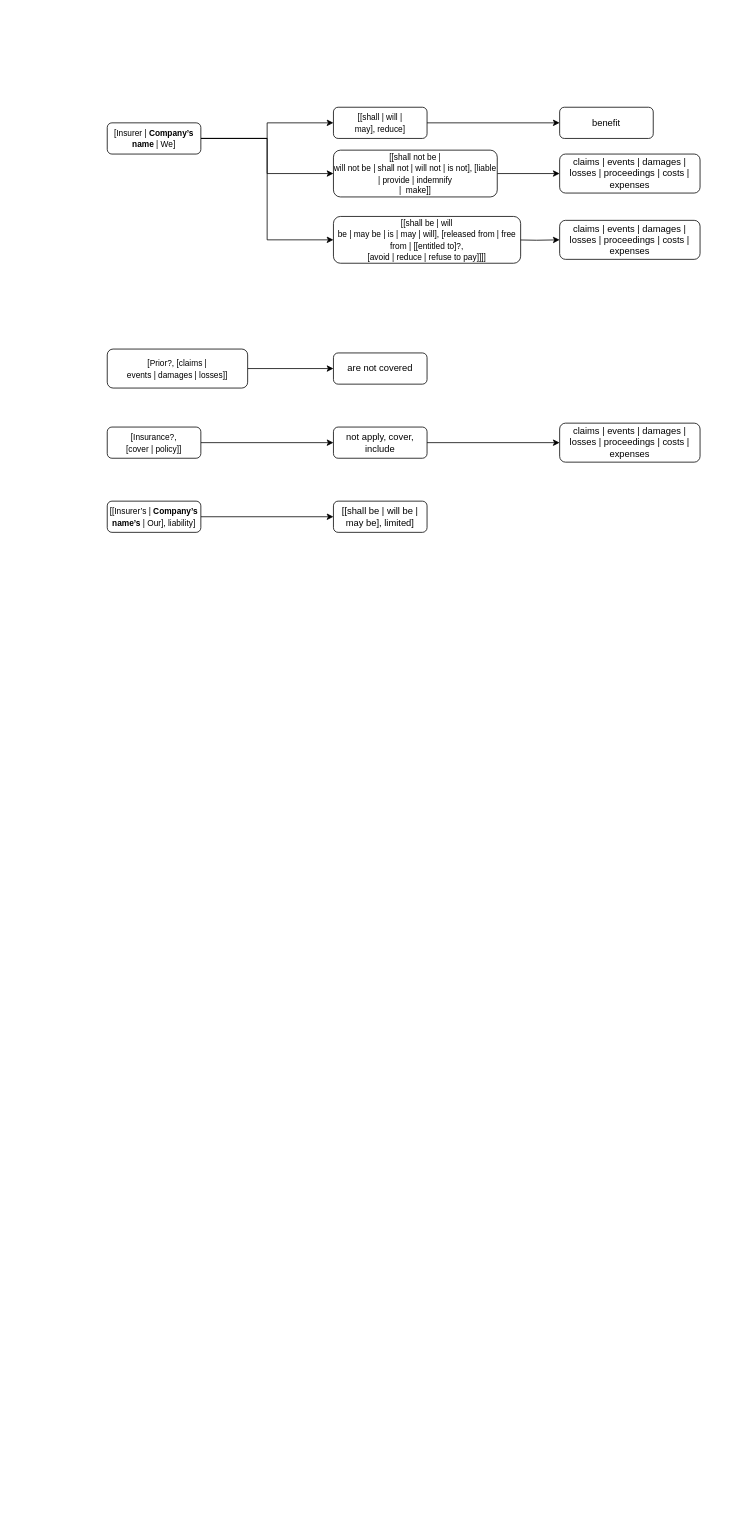
Earlier version of the draw.io diagram ltd.drawio (c0pper/scudo_tos_samples_to_platform_annotations). Source tidied: cells renumbered, new cells numbered last; positions are measured from the earlier drawing's top-left corner, leaving out a move shared by most shapes. Both pictures are drawn from the tidied source at 78%, with x=0, y=0 at pixel (107, 107).
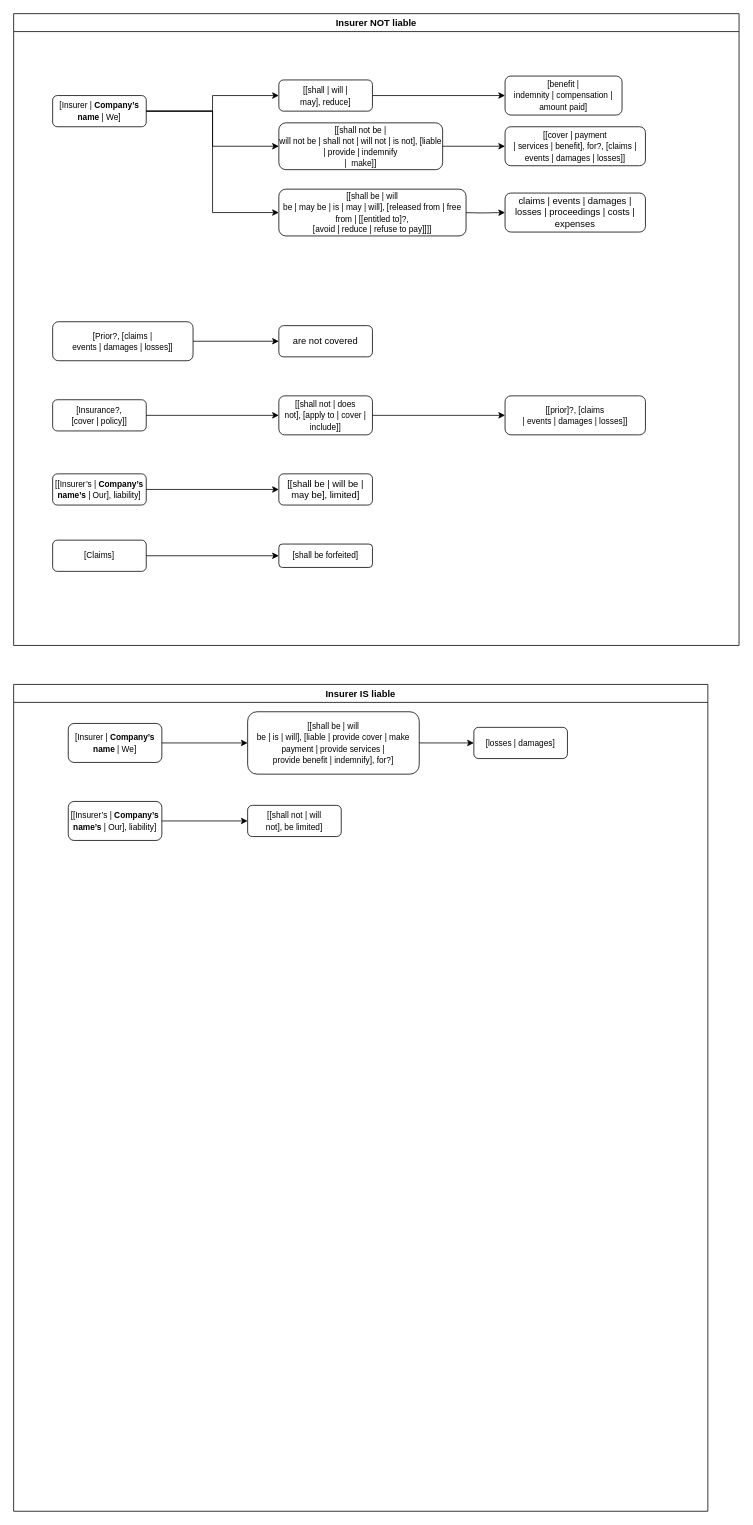
The same page after the edit.

What changed in the source:
```diff
@@
-    <mxCell id="2" style="edgeStyle=orthogonalEdgeStyle;rounded=0;jettySize=auto;html=1;entryX=0;entryY=0.5;entryDx=0;entryDy=0;elbow=vertical;" parent="1" edge="1" source="5" target="24">
-      <mxGeometry relative="1" as="geometry" />
-    </mxCell>
-    <mxCell id="3" style="edgeStyle=orthogonalEdgeStyle;rounded=0;jettySize=auto;html=1;entryX=0;entryY=0.5;entryDx=0;entryDy=0;elbow=vertical;" parent="1" edge="1" source="5" target="23">
-      <mxGeometry relative="1" as="geometry" />
-    </mxCell>
-    <mxCell id="4" style="edgeStyle=orthogonalEdgeStyle;rounded=0;jettySize=auto;html=1;elbow=vertical;" parent="1" edge="1" source="5" target="25">
-      <mxGeometry relative="1" as="geometry" />
-    </mxCell>
+    <mxCell id="26" value="Insurer NOT liable" style="swimlane;whiteSpace=wrap;html=1;rounded=0;shadow=0;sketch=0;" parent="1" vertex="1">
+      <mxGeometry x="-120" y="-120" width="930" height="810" as="geometry" />
+    </mxCell>
-    <mxCell id="5" value="&lt;p class=&quot;MsoNormal&quot;&gt;&lt;span style=&quot;font-size: 8pt;&quot;&gt;[Insurer | &lt;b&gt;Company’s name &lt;/b&gt;| We]&lt;/span&gt;&lt;/p&gt;" style="rounded=1;whiteSpace=wrap;html=1;fontSize=12;glass=0;strokeWidth=1;shadow=0;" parent="1" vertex="1">
-      <mxGeometry y="20" width="120" height="40" as="geometry" />
+    <mxCell id="5" value="&lt;p class=&quot;MsoNormal&quot;&gt;&lt;span style=&quot;font-size: 8pt;&quot;&gt;[Insurer | &lt;b&gt;Company’s name &lt;/b&gt;| We]&lt;/span&gt;&lt;/p&gt;" style="rounded=1;whiteSpace=wrap;html=1;fontSize=12;glass=0;strokeWidth=1;shadow=0;" parent="26" vertex="1">
+      <mxGeometry x="50" y="105" width="120" height="40" as="geometry" />
     </mxCell>
-    <mxCell id="6" value="benefit" style="rounded=1;whiteSpace=wrap;html=1;fontSize=12;glass=0;strokeWidth=1;shadow=0;" parent="1" vertex="1">
-      <mxGeometry x="580" width="120" height="40" as="geometry" />
+    <mxCell id="6" value="&lt;p class=&quot;MsoNormal&quot;&gt;&lt;span style=&quot;font-size: 8pt;&quot;&gt;[benefit |&lt;br/&gt;indemnity | compensation | amount paid]&lt;/span&gt;&lt;/p&gt;" style="rounded=1;whiteSpace=wrap;html=1;fontSize=12;glass=0;strokeWidth=1;shadow=0;" parent="26" vertex="1">
+      <mxGeometry x="630" y="80" width="150" height="50" as="geometry" />
     </mxCell>
-    <mxCell id="7" style="edgeStyle=orthogonalEdgeStyle;rounded=0;jettySize=auto;html=1;entryX=0;entryY=0.5;entryDx=0;entryDy=0;exitX=1;exitY=0.5;exitDx=0;exitDy=0;" parent="1" edge="1" source="25" target="6">
+    <mxCell id="7" style="edgeStyle=orthogonalEdgeStyle;rounded=0;jettySize=auto;html=1;entryX=0;entryY=0.5;entryDx=0;entryDy=0;exitX=1;exitY=0.5;exitDx=0;exitDy=0;" parent="26" edge="1" source="25" target="6">
       <mxGeometry relative="1" as="geometry" />
     </mxCell>
-    <mxCell id="8" style="edgeStyle=orthogonalEdgeStyle;rounded=0;jettySize=auto;html=1;entryX=0;entryY=0.5;entryDx=0;entryDy=0;exitX=1;exitY=0.5;exitDx=0;exitDy=0;" parent="1" edge="1" source="23" target="20">
-      <mxGeometry relative="1" as="geometry" />
-    </mxCell>
-    <mxCell id="9" style="edgeStyle=orthogonalEdgeStyle;rounded=0;jettySize=auto;html=1;entryX=0;entryY=0.5;entryDx=0;entryDy=0;" parent="1" edge="1" target="21">
+    <mxCell id="9" style="edgeStyle=orthogonalEdgeStyle;rounded=0;jettySize=auto;html=1;entryX=0;entryY=0.5;entryDx=0;entryDy=0;" parent="26" edge="1" target="21">
       <mxGeometry relative="1" as="geometry">
-        <mxPoint x="520" y="170" as="sourcePoint" />
+        <mxPoint x="570" y="255" as="sourcePoint" />
       </mxGeometry>
     </mxCell>
-    <mxCell id="10" style="edgeStyle=orthogonalEdgeStyle;rounded=0;jettySize=auto;html=1;entryX=0;entryY=0.5;entryDx=0;entryDy=0;exitX=1;exitY=0.5;exitDx=0;exitDy=0;" parent="1" edge="1" source="22" target="11">
-      <mxGeometry relative="1" as="geometry" />
-    </mxCell>
-    <mxCell id="11" value="are not covered" style="rounded=1;whiteSpace=wrap;html=1;fontSize=12;glass=0;strokeWidth=1;shadow=0;" parent="1" vertex="1">
-      <mxGeometry x="290" y="315" width="120" height="40" as="geometry" />
+    <mxCell id="11" value="are not covered" style="rounded=1;whiteSpace=wrap;html=1;fontSize=12;glass=0;strokeWidth=1;shadow=0;" parent="26" vertex="1">
+      <mxGeometry x="340" y="400" width="120" height="40" as="geometry" />
     </mxCell>
+    <mxCell id="13" value="&lt;p class=&quot;MsoNormal&quot;&gt;&lt;span style=&quot;font-size: 8pt;&quot;&gt;[Insurance?,&lt;br/&gt;[cover | policy]]&lt;/span&gt;&lt;/p&gt;" style="rounded=1;whiteSpace=wrap;html=1;fontSize=12;glass=0;strokeWidth=1;shadow=0;" parent="26" vertex="1">
+      <mxGeometry x="50" y="495" width="120" height="40" as="geometry" />
+    </mxCell>
+    <mxCell id="15" value="&lt;p class=&quot;MsoNormal&quot;&gt;&lt;span style=&quot;font-size: 8pt;&quot;&gt;[[shall not | does&lt;br/&gt;not], [apply to | cover | include]]&lt;/span&gt;&lt;/p&gt;" style="rounded=1;whiteSpace=wrap;html=1;fontSize=12;glass=0;strokeWidth=1;shadow=0;" parent="26" vertex="1">
+      <mxGeometry x="340" y="490" width="120" height="50" as="geometry" />
+    </mxCell>
-    <mxCell id="12" style="edgeStyle=orthogonalEdgeStyle;rounded=0;jettySize=auto;html=1;entryX=0;entryY=0.5;entryDx=0;entryDy=0;" parent="1" edge="1" source="13" target="15">
+    <mxCell id="12" style="edgeStyle=orthogonalEdgeStyle;rounded=0;jettySize=auto;html=1;entryX=0;entryY=0.5;entryDx=0;entryDy=0;" parent="26" edge="1" source="13" target="15">
       <mxGeometry relative="1" as="geometry" />
     </mxCell>
-    <mxCell id="13" value="&lt;p class=&quot;MsoNormal&quot;&gt;&lt;span style=&quot;font-size: 8pt;&quot;&gt;[Insurance?,&lt;br/&gt;[cover | policy]]&lt;/span&gt;&lt;/p&gt;" style="rounded=1;whiteSpace=wrap;html=1;fontSize=12;glass=0;strokeWidth=1;shadow=0;" parent="1" vertex="1">
-      <mxGeometry y="410" width="120" height="40" as="geometry" />
-    </mxCell>
+    <mxCell id="16" value="&lt;p class=&quot;MsoNormal&quot;&gt;&lt;span style=&quot;font-size: 8pt;&quot;&gt;[[prior]?, [claims&lt;br/&gt;| events | damages | losses]]&lt;/span&gt;&lt;/p&gt;" style="rounded=1;whiteSpace=wrap;html=1;fontSize=12;glass=0;strokeWidth=1;shadow=0;" parent="26" vertex="1">
+      <mxGeometry x="630" y="490" width="180" height="50" as="geometry" />
+    </mxCell>
-    <mxCell id="14" style="edgeStyle=orthogonalEdgeStyle;rounded=0;jettySize=auto;html=1;" parent="1" edge="1" source="15" target="16">
+    <mxCell id="14" style="edgeStyle=orthogonalEdgeStyle;rounded=0;jettySize=auto;html=1;" parent="26" edge="1" source="15" target="16">
       <mxGeometry relative="1" as="geometry" />
     </mxCell>
-    <mxCell id="15" value="not apply, cover, include" style="rounded=1;whiteSpace=wrap;html=1;fontSize=12;glass=0;strokeWidth=1;shadow=0;" parent="1" vertex="1">
-      <mxGeometry x="290" y="410" width="120" height="40" as="geometry" />
-    </mxCell>
-    <mxCell id="16" value="claims | events | damages | losses | proceedings | costs | expenses" style="rounded=1;whiteSpace=wrap;html=1;fontSize=12;glass=0;strokeWidth=1;shadow=0;" parent="1" vertex="1">
-      <mxGeometry x="580" y="405" width="180" height="50" as="geometry" />
-    </mxCell>
-    <mxCell id="17" style="edgeStyle=orthogonalEdgeStyle;rounded=0;jettySize=auto;html=1;entryX=0;entryY=0.5;entryDx=0;entryDy=0;elbow=vertical;" parent="1" edge="1" source="18" target="19">
-      <mxGeometry relative="1" as="geometry" />
-    </mxCell>
-    <mxCell id="18" value="&lt;p class=&quot;MsoNormal&quot;&gt;&lt;span style=&quot;font-size: 8pt;&quot;&gt;[[Insurer’s | &lt;b&gt;Company’s name’s &lt;/b&gt;| Our], liability]&lt;/span&gt;&lt;/p&gt;" style="rounded=1;whiteSpace=wrap;html=1;fontSize=12;glass=0;strokeWidth=1;shadow=0;" parent="1" vertex="1">
-      <mxGeometry y="505" width="120" height="40" as="geometry" />
+    <mxCell id="18" value="&lt;p class=&quot;MsoNormal&quot;&gt;&lt;span style=&quot;font-size: 8pt;&quot;&gt;[[Insurer’s | &lt;b&gt;Company’s name’s &lt;/b&gt;| Our], liability]&lt;/span&gt;&lt;/p&gt;" style="rounded=1;whiteSpace=wrap;html=1;fontSize=12;glass=0;strokeWidth=1;shadow=0;" parent="26" vertex="1">
+      <mxGeometry x="50" y="590" width="120" height="40" as="geometry" />
     </mxCell>
-    <mxCell id="19" value="[[shall be | will be | may be], limited]" style="rounded=1;whiteSpace=wrap;html=1;fontSize=12;glass=0;strokeWidth=1;shadow=0;" parent="1" vertex="1">
-      <mxGeometry x="290" y="505" width="120" height="40" as="geometry" />
+    <mxCell id="19" value="[[shall be | will be | may be], limited]" style="rounded=1;whiteSpace=wrap;html=1;fontSize=12;glass=0;strokeWidth=1;shadow=0;" parent="26" vertex="1">
+      <mxGeometry x="340" y="590" width="120" height="40" as="geometry" />
     </mxCell>
+    <mxCell id="17" style="edgeStyle=orthogonalEdgeStyle;rounded=0;jettySize=auto;html=1;entryX=0;entryY=0.5;entryDx=0;entryDy=0;elbow=vertical;" parent="26" edge="1" source="18" target="19">
+      <mxGeometry relative="1" as="geometry" />
+    </mxCell>
-    <mxCell id="20" value="claims | events | damages | losses | proceedings | costs | expenses" style="rounded=1;whiteSpace=wrap;html=1;fontSize=12;glass=0;strokeWidth=1;shadow=0;" parent="1" vertex="1">
-      <mxGeometry x="580" y="60" width="180" height="50" as="geometry" />
+    <mxCell id="20" value="&lt;p class=&quot;MsoNormal&quot;&gt;&lt;span style=&quot;font-size: 8pt;&quot;&gt;[[cover | payment&lt;br/&gt;| services | benefit], for?, [claims | events | damages | losses]]&lt;/span&gt;&lt;/p&gt;" style="rounded=1;whiteSpace=wrap;html=1;fontSize=12;glass=0;strokeWidth=1;shadow=0;" parent="26" vertex="1">
+      <mxGeometry x="630" y="145" width="180" height="50" as="geometry" />
     </mxCell>
-    <mxCell id="21" value="claims | events | damages | losses | proceedings | costs | expenses" style="rounded=1;whiteSpace=wrap;html=1;fontSize=12;glass=0;strokeWidth=1;shadow=0;" parent="1" vertex="1">
-      <mxGeometry x="580" y="145" width="180" height="50" as="geometry" />
+    <mxCell id="21" value="claims | events | damages | losses | proceedings | costs | expenses" style="rounded=1;whiteSpace=wrap;html=1;fontSize=12;glass=0;strokeWidth=1;shadow=0;" parent="26" vertex="1">
+      <mxGeometry x="630" y="230" width="180" height="50" as="geometry" />
     </mxCell>
-    <mxCell id="22" value="&lt;p class=&quot;MsoNormal&quot;&gt;&lt;span style=&quot;font-size: 8pt;&quot;&gt;[Prior?, [claims |&lt;br/&gt;events | damages | losses]]&lt;/span&gt;&lt;/p&gt;" style="rounded=1;whiteSpace=wrap;html=1;fontSize=12;glass=0;strokeWidth=1;shadow=0;" parent="1" vertex="1">
-      <mxGeometry y="310" width="180" height="50" as="geometry" />
+    <mxCell id="22" value="&lt;p class=&quot;MsoNormal&quot;&gt;&lt;span style=&quot;font-size: 8pt;&quot;&gt;[Prior?, [claims |&lt;br/&gt;events | damages | losses]]&lt;/span&gt;&lt;/p&gt;" style="rounded=1;whiteSpace=wrap;html=1;fontSize=12;glass=0;strokeWidth=1;shadow=0;" parent="26" vertex="1">
+      <mxGeometry x="50" y="395" width="180" height="50" as="geometry" />
     </mxCell>
+    <mxCell id="10" style="edgeStyle=orthogonalEdgeStyle;rounded=0;jettySize=auto;html=1;entryX=0;entryY=0.5;entryDx=0;entryDy=0;exitX=1;exitY=0.5;exitDx=0;exitDy=0;" parent="26" edge="1" source="22" target="11">
+      <mxGeometry relative="1" as="geometry" />
+    </mxCell>
-    <mxCell id="23" value="&lt;p class=&quot;MsoNormal&quot;&gt;&lt;span style=&quot;font-size: 8pt;&quot;&gt;[[shall not be |&lt;br/&gt;will not be | shall not | will not | is not], [liable | provide | indemnify&lt;br/&gt;|&amp;nbsp; make]]&lt;/span&gt;&lt;/p&gt;" style="rounded=1;whiteSpace=wrap;html=1;shadow=0;sketch=0;" parent="1" vertex="1">
-      <mxGeometry x="290" y="55" width="210" height="60" as="geometry" />
+    <mxCell id="23" value="&lt;p class=&quot;MsoNormal&quot;&gt;&lt;span style=&quot;font-size: 8pt;&quot;&gt;[[shall not be |&lt;br/&gt;will not be | shall not | will not | is not], [liable | provide | indemnify&lt;br/&gt;|&amp;nbsp; make]]&lt;/span&gt;&lt;/p&gt;" style="rounded=1;whiteSpace=wrap;html=1;shadow=0;sketch=0;" parent="26" vertex="1">
+      <mxGeometry x="340" y="140" width="210" height="60" as="geometry" />
     </mxCell>
+    <mxCell id="3" style="edgeStyle=orthogonalEdgeStyle;rounded=0;jettySize=auto;html=1;entryX=0;entryY=0.5;entryDx=0;entryDy=0;elbow=vertical;" parent="26" edge="1" source="5" target="23">
+      <mxGeometry relative="1" as="geometry" />
+    </mxCell>
+    <mxCell id="8" style="edgeStyle=orthogonalEdgeStyle;rounded=0;jettySize=auto;html=1;entryX=0;entryY=0.5;entryDx=0;entryDy=0;exitX=1;exitY=0.5;exitDx=0;exitDy=0;" parent="26" edge="1" source="23" target="20">
+      <mxGeometry relative="1" as="geometry" />
+    </mxCell>
-    <mxCell id="24" value="&lt;p class=&quot;MsoNormal&quot;&gt;&lt;span style=&quot;font-size: 8pt;&quot;&gt;[[shall be | will&lt;br/&gt;be | may be | is | may | will], [released from | free from | [[entitled to]?,&lt;br/&gt;[avoid | reduce | refuse to pay]]]]&lt;/span&gt;&lt;/p&gt;" style="rounded=1;whiteSpace=wrap;html=1;shadow=0;sketch=0;" parent="1" vertex="1">
-      <mxGeometry x="290" y="140" width="240" height="60" as="geometry" />
+    <mxCell id="24" value="&lt;p class=&quot;MsoNormal&quot;&gt;&lt;span style=&quot;font-size: 8pt;&quot;&gt;[[shall be | will&lt;br/&gt;be | may be | is | may | will], [released from | free from | [[entitled to]?,&lt;br/&gt;[avoid | reduce | refuse to pay]]]]&lt;/span&gt;&lt;/p&gt;" style="rounded=1;whiteSpace=wrap;html=1;shadow=0;sketch=0;" parent="26" vertex="1">
+      <mxGeometry x="340" y="225" width="240" height="60" as="geometry" />
     </mxCell>
+    <mxCell id="2" style="edgeStyle=orthogonalEdgeStyle;rounded=0;jettySize=auto;html=1;entryX=0;entryY=0.5;entryDx=0;entryDy=0;elbow=vertical;" parent="26" edge="1" source="5" target="24">
+      <mxGeometry relative="1" as="geometry" />
+    </mxCell>
-    <mxCell id="25" value="&lt;p class=&quot;MsoNormal&quot;&gt;&lt;span style=&quot;font-size: 8pt;&quot;&gt;[[shall | will |&lt;br/&gt;may], reduce]&lt;/span&gt;&lt;/p&gt;" style="rounded=1;whiteSpace=wrap;html=1;shadow=0;sketch=0;" parent="1" vertex="1">
-      <mxGeometry x="290" width="120" height="40" as="geometry" />
+    <mxCell id="25" value="&lt;p class=&quot;MsoNormal&quot;&gt;&lt;span style=&quot;font-size: 8pt;&quot;&gt;[[shall | will |&lt;br/&gt;may], reduce]&lt;/span&gt;&lt;/p&gt;" style="rounded=1;whiteSpace=wrap;html=1;shadow=0;sketch=0;" parent="26" vertex="1">
+      <mxGeometry x="340" y="85" width="120" height="40" as="geometry" />
     </mxCell>
+    <mxCell id="4" style="edgeStyle=orthogonalEdgeStyle;rounded=0;jettySize=auto;html=1;elbow=vertical;" parent="26" edge="1" source="5" target="25">
+      <mxGeometry relative="1" as="geometry" />
+    </mxCell>
+    <mxCell id="27" value="&lt;p class=&quot;MsoNormal&quot;&gt;&lt;span style=&quot;font-size: 8pt;&quot;&gt;[Claims]&lt;/span&gt;&lt;/p&gt;" style="rounded=1;whiteSpace=wrap;html=1;fontSize=12;glass=0;strokeWidth=1;shadow=0;" parent="26" vertex="1">
+      <mxGeometry x="50" y="675" width="120" height="40" as="geometry" />
+    </mxCell>
+    <mxCell id="28" value="&lt;p class=&quot;MsoNormal&quot;&gt;&lt;span style=&quot;font-size: 8pt;&quot;&gt;[shall be forfeited]&lt;/span&gt;&lt;/p&gt;" style="rounded=1;whiteSpace=wrap;html=1;shadow=0;sketch=0;" parent="26" vertex="1">
+      <mxGeometry x="340" y="680" width="120" height="30" as="geometry" />
+    </mxCell>
+    <mxCell id="29" style="edgeStyle=orthogonalEdgeStyle;rounded=0;jettySize=auto;html=1;entryX=0;entryY=0.5;entryDx=0;entryDy=0;elbow=vertical;" parent="26" edge="1" source="27" target="28">
+      <mxGeometry relative="1" as="geometry" />
+    </mxCell>
+    <mxCell id="30" value="Insurer IS liable" style="swimlane;whiteSpace=wrap;html=1;rounded=0;shadow=0;sketch=0;" parent="1" vertex="1">
+      <mxGeometry x="-120" y="740" width="890" height="1060" as="geometry" />
+    </mxCell>
+    <mxCell id="31" value="&lt;p class=&quot;MsoNormal&quot;&gt;&lt;span style=&quot;font-size: 8pt;&quot;&gt;[Insurer | &lt;b&gt;Company’s name &lt;/b&gt;| We]&lt;/span&gt;&lt;/p&gt;" style="rounded=1;whiteSpace=wrap;html=1;shadow=0;sketch=0;" parent="30" vertex="1">
+      <mxGeometry x="70" y="50" width="120" height="50" as="geometry" />
+    </mxCell>
+    <mxCell id="32" value="&lt;p class=&quot;MsoNormal&quot;&gt;&lt;span style=&quot;font-size: 8pt;&quot;&gt;[[Insurer’s | &lt;b&gt;Company’s name’s &lt;/b&gt;| Our], liability]&lt;/span&gt;&lt;/p&gt;" style="rounded=1;whiteSpace=wrap;html=1;shadow=0;sketch=0;" parent="30" vertex="1">
+      <mxGeometry x="70" y="150" width="120" height="50" as="geometry" />
+    </mxCell>
+    <mxCell id="33" value="&lt;p class=&quot;MsoNormal&quot;&gt;&lt;span style=&quot;font-size: 8pt;&quot;&gt;[[shall be | will&lt;br/&gt;be | is | will], [liable | provide cover | make payment | provide services |&lt;br/&gt;provide benefit | indemnify], for?]&lt;/span&gt;&lt;/p&gt;" style="rounded=1;whiteSpace=wrap;html=1;shadow=0;sketch=0;" parent="30" vertex="1">
+      <mxGeometry x="300" y="35" width="220" height="80" as="geometry" />
+    </mxCell>
+    <mxCell id="34" style="edgeStyle=orthogonalEdgeStyle;rounded=0;jettySize=auto;html=1;entryX=0;entryY=0.5;entryDx=0;entryDy=0;elbow=vertical;" parent="30" edge="1" source="31" target="33">
+      <mxGeometry relative="1" as="geometry" />
+    </mxCell>
+    <mxCell id="35" value="&lt;p class=&quot;MsoNormal&quot;&gt;&lt;span style=&quot;font-size: 8pt;&quot;&gt;[losses | damages]&lt;/span&gt;&lt;/p&gt;" style="rounded=1;whiteSpace=wrap;html=1;shadow=0;sketch=0;" parent="30" vertex="1">
+      <mxGeometry x="590" y="55" width="120" height="40" as="geometry" />
+    </mxCell>
+    <mxCell id="36" style="edgeStyle=orthogonalEdgeStyle;rounded=0;jettySize=auto;html=1;entryX=0;entryY=0.5;entryDx=0;entryDy=0;elbow=vertical;" parent="30" edge="1" source="33" target="35">
+      <mxGeometry relative="1" as="geometry" />
+    </mxCell>
+    <mxCell id="37" value="&lt;p class=&quot;MsoNormal&quot;&gt;&lt;span style=&quot;font-size: 8pt;&quot;&gt;[[shall not | will&lt;br/&gt;not], be limited]&lt;/span&gt;&lt;/p&gt;" style="rounded=1;whiteSpace=wrap;html=1;shadow=0;sketch=0;" parent="30" vertex="1">
+      <mxGeometry x="300" y="155" width="120" height="40" as="geometry" />
+    </mxCell>
+    <mxCell id="38" style="edgeStyle=orthogonalEdgeStyle;rounded=0;jettySize=auto;html=1;entryX=0;entryY=0.5;entryDx=0;entryDy=0;elbow=vertical;" parent="30" edge="1" source="32" target="37">
+      <mxGeometry relative="1" as="geometry" />
+    </mxCell>
```
